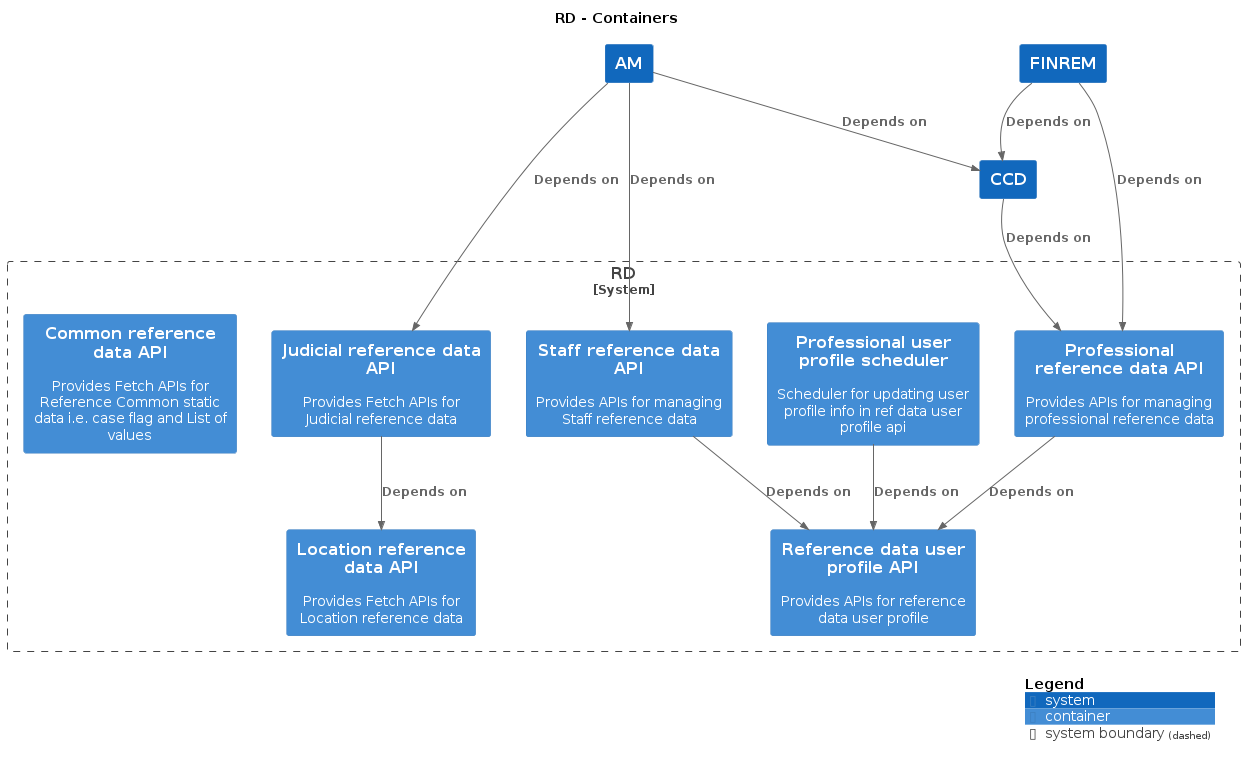
This is docs/c4/rd/images/structurizr-rd-overview.png from hmcts/cnp-api-docs, a PlantUML export, as it was before one commit.
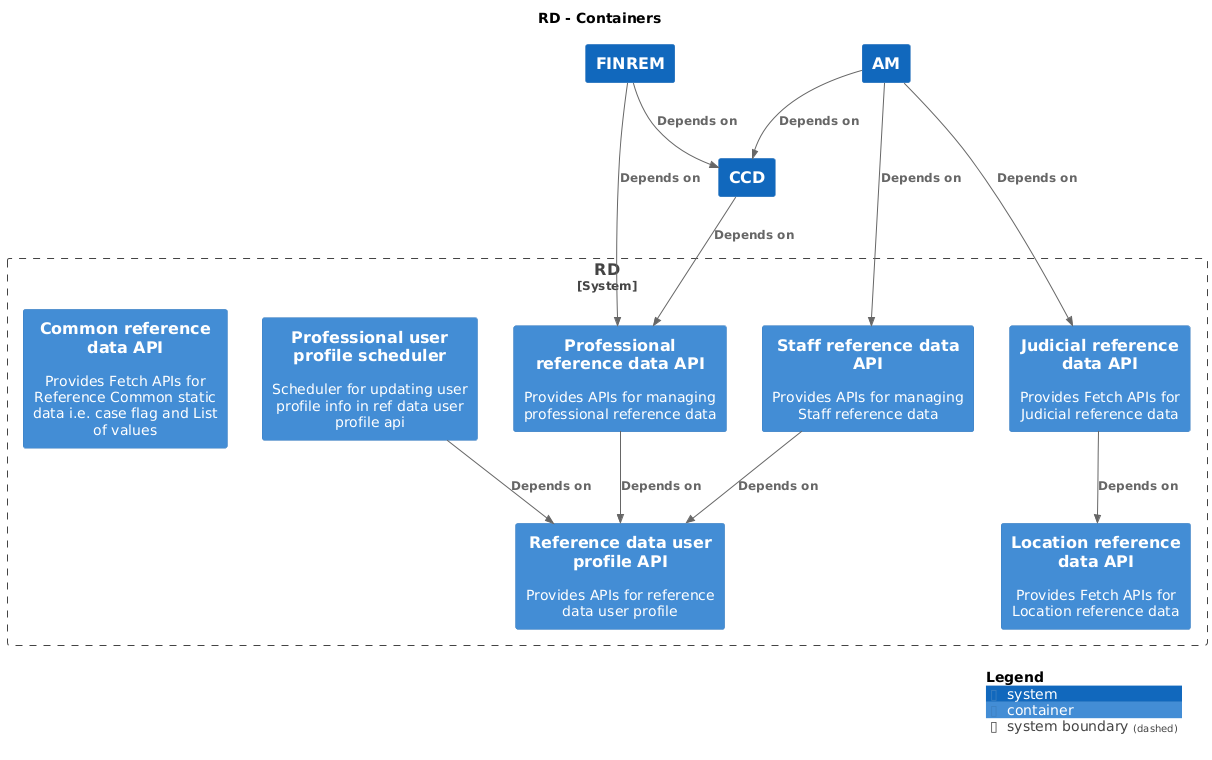
After the commit.

Change to the diagram source:
```diff
@@ -9,8 +9,8 @@
 !include <C4/C4_Container>
 
 System(CCD, "CCD", $descr="", $tags="", $link="")
+System(FINREM, "FINREM", $descr="", $tags="", $link="")
 System(AM, "AM", $descr="", $tags="", $link="")
-System(FINREM, "FINREM", $descr="", $tags="", $link="")
 
 System_Boundary("RD_boundary", "RD", $tags="") {
   Container(RD.ProfessionalreferencedataAPI, "Professional reference data API", $techn="", $descr="Provides APIs for managing professional reference data", $tags="", $link="")
@@ -22,16 +22,16 @@
   Container(RD.CommonreferencedataAPI, "Common reference data API", $techn="", $descr="Provides Fetch APIs for Reference Common static data i.e. case flag and List of values", $tags="", $link="")
 }
 
-Rel_D(CCD, RD.ProfessionalreferencedataAPI, "Depends on", $techn="", $tags="", $link="")
-Rel_D(FINREM, CCD, "Depends on", $techn="", $tags="", $link="")
-Rel_D(FINREM, RD.ProfessionalreferencedataAPI, "Depends on", $techn="", $tags="", $link="")
-Rel_D(RD.ProfessionalreferencedataAPI, RD.ReferencedatauserprofileAPI, "Depends on", $techn="", $tags="", $link="")
-Rel_D(RD.Professionaluserprofilescheduler, RD.ReferencedatauserprofileAPI, "Depends on", $techn="", $tags="", $link="")
-Rel_D(RD.StaffreferencedataAPI, RD.ReferencedatauserprofileAPI, "Depends on", $techn="", $tags="", $link="")
-Rel_D(RD.JudicialreferencedataAPI, RD.LocationreferencedataAPI, "Depends on", $techn="", $tags="", $link="")
-Rel_D(AM, RD.JudicialreferencedataAPI, "Depends on", $techn="", $tags="", $link="")
-Rel_D(AM, RD.StaffreferencedataAPI, "Depends on", $techn="", $tags="", $link="")
-Rel_D(AM, CCD, "Depends on", $techn="", $tags="", $link="")
+Rel(CCD, RD.ProfessionalreferencedataAPI, "Depends on", $techn="", $tags="", $link="")
+Rel(FINREM, CCD, "Depends on", $techn="", $tags="", $link="")
+Rel(FINREM, RD.ProfessionalreferencedataAPI, "Depends on", $techn="", $tags="", $link="")
+Rel(RD.ProfessionalreferencedataAPI, RD.ReferencedatauserprofileAPI, "Depends on", $techn="", $tags="", $link="")
+Rel(RD.Professionaluserprofilescheduler, RD.ReferencedatauserprofileAPI, "Depends on", $techn="", $tags="", $link="")
+Rel(RD.StaffreferencedataAPI, RD.ReferencedatauserprofileAPI, "Depends on", $techn="", $tags="", $link="")
+Rel(RD.JudicialreferencedataAPI, RD.LocationreferencedataAPI, "Depends on", $techn="", $tags="", $link="")
+Rel(AM, RD.JudicialreferencedataAPI, "Depends on", $techn="", $tags="", $link="")
+Rel(AM, RD.StaffreferencedataAPI, "Depends on", $techn="", $tags="", $link="")
+Rel(AM, CCD, "Depends on", $techn="", $tags="", $link="")
 
 SHOW_DYNAMIC_LEGEND()
 @enduml
```
